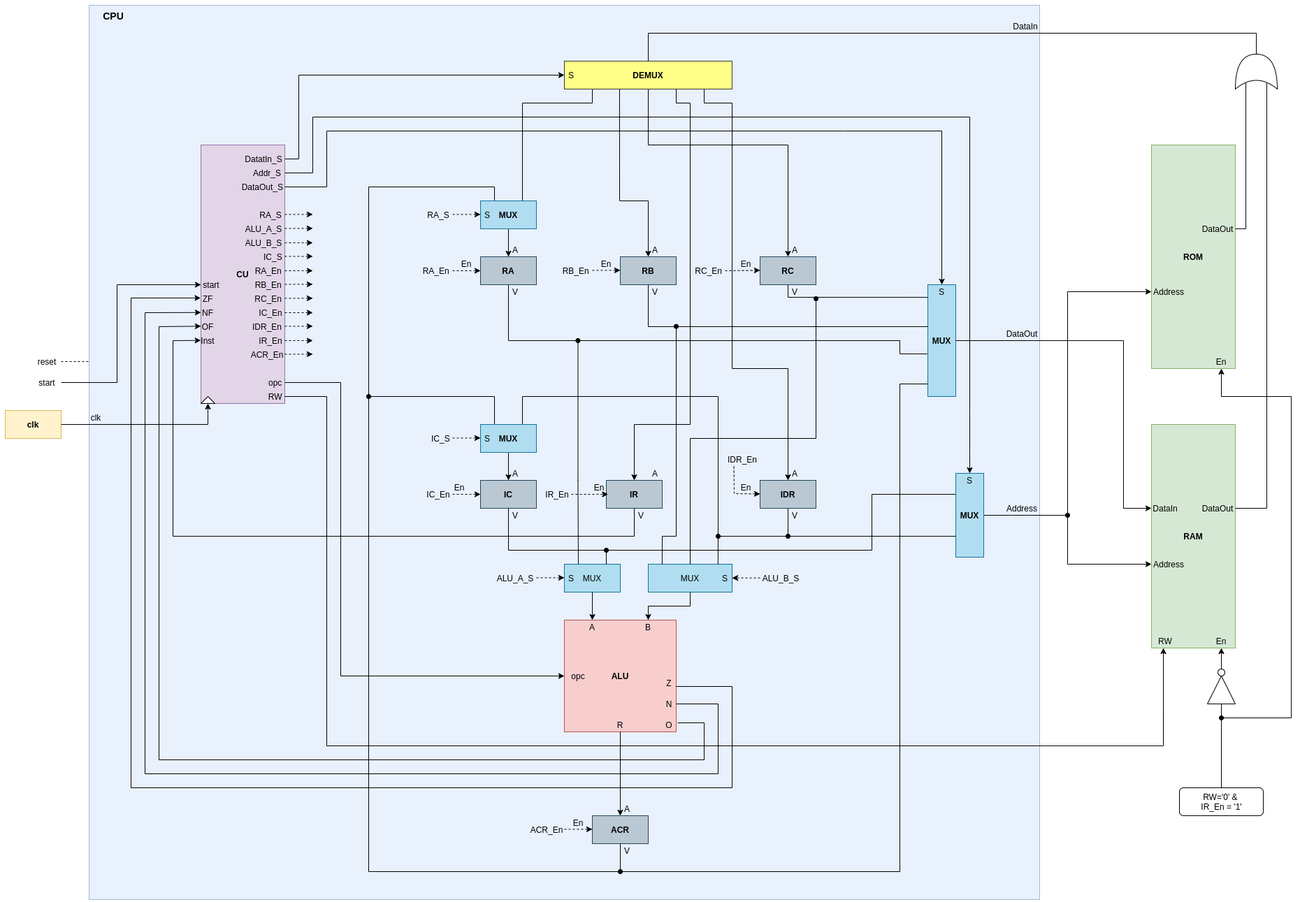
The draw.io diagram other/cpu.png in dma-neves/dcpu, before a commit. Source tidied: cells renumbered, new cells last; positions are measured from the earlier drawing's top-left corner, leaving out a move shared by most shapes.
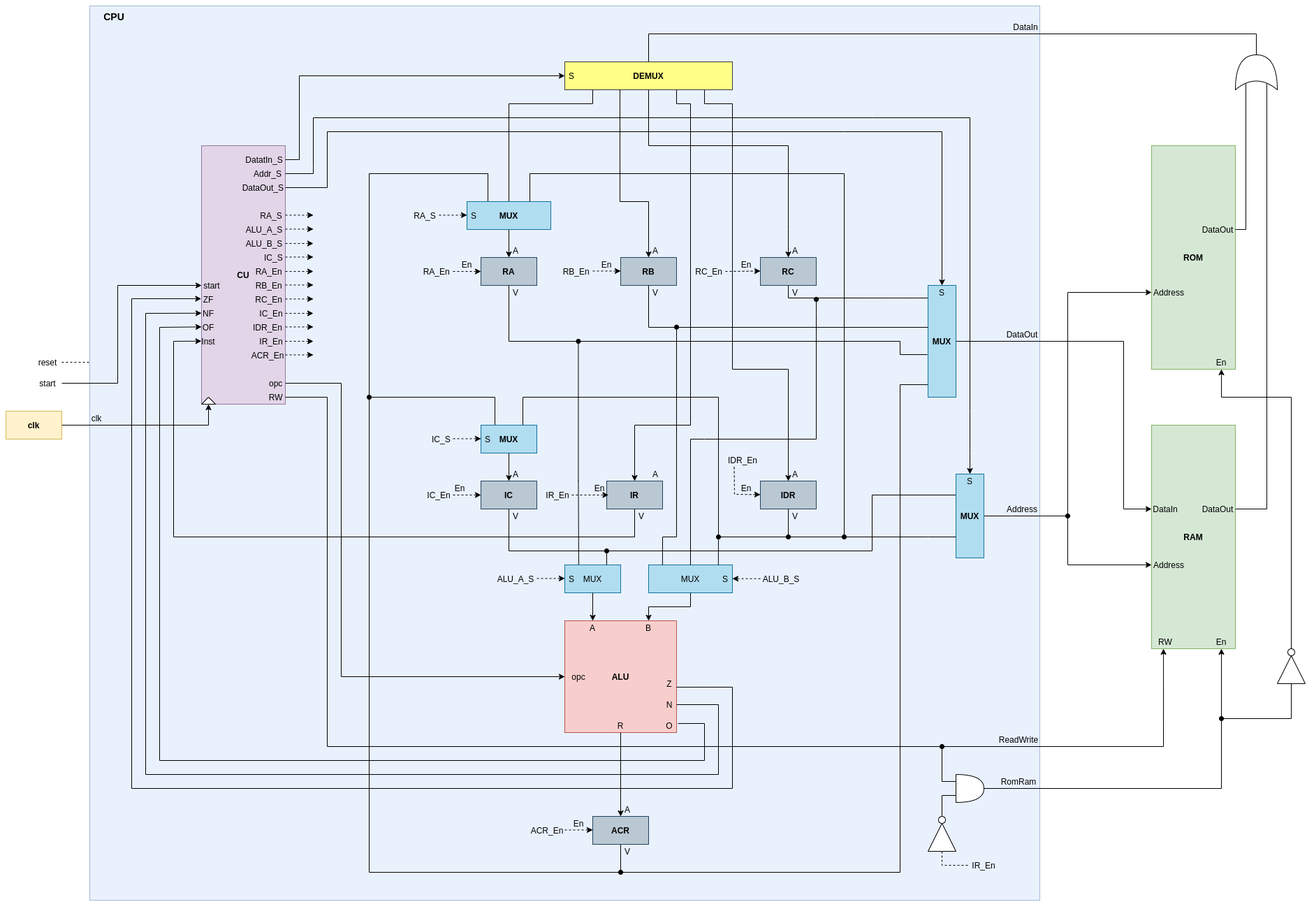
The same file after the commit.

The edit, as a diff of the source:
```diff
@@ -53,8 +53,8 @@
         <Array as="points">
           <mxPoint x="880" y="1240" />
           <mxPoint x="520" y="1240" />
-          <mxPoint x="520" y="260" />
-          <mxPoint x="700" y="260" />
+          <mxPoint x="520" y="240" />
+          <mxPoint x="690" y="240" />
         </Array>
       </mxGeometry>
     </mxCell>
@@ -288,11 +288,11 @@
         <mxPoint x="720" y="320" as="sourcePoint" />
       </mxGeometry>
     </mxCell>
-    <mxCell id="69" style="endArrow=none;html=1;rounded=0;exitX=0.75;exitY=0;exitDx=0;exitDy=0;" parent="1" edge="1" source="109">
+    <mxCell id="69" style="endArrow=none;html=1;rounded=0;exitX=0.5;exitY=0;exitDx=0;exitDy=0;" parent="1" edge="1" source="109">
       <mxGeometry relative="1" as="geometry">
         <mxPoint x="840" y="120" as="targetPoint" />
         <Array as="points">
-          <mxPoint x="740" y="140" />
+          <mxPoint x="720" y="140" />
           <mxPoint x="840" y="140" />
         </Array>
       </mxGeometry>
@@ -487,7 +487,7 @@
       <mxGeometry x="270" y="410" width="40" height="20" as="geometry" />
     </mxCell>
     <mxCell id="109" style="rounded=0;whiteSpace=wrap;html=1;fillColor=#b1ddf0;strokeColor=#10739e;" parent="1" vertex="1">
-      <mxGeometry x="680" y="280" width="80" height="40" as="geometry" />
+      <mxGeometry x="660" y="280" width="120" height="40" as="geometry" />
     </mxCell>
     <mxCell id="110" value="&lt;b&gt;MUX&lt;/b&gt;" style="text;html=1;strokeColor=none;fillColor=none;align=center;verticalAlign=middle;whiteSpace=wrap;rounded=0;" parent="1" vertex="1">
       <mxGeometry x="700" y="290" width="40" height="20" as="geometry" />
@@ -520,7 +520,7 @@
       <mxGeometry x="360" y="290" width="40" height="20" as="geometry" />
     </mxCell>
     <mxCell id="119" value="S" style="text;html=1;strokeColor=none;fillColor=none;align=center;verticalAlign=middle;whiteSpace=wrap;rounded=0;" parent="1" vertex="1">
-      <mxGeometry x="670" y="290" width="40" height="20" as="geometry" />
+      <mxGeometry x="650" y="290" width="40" height="20" as="geometry" />
     </mxCell>
     <mxCell id="120" value="S" style="text;html=1;strokeColor=none;fillColor=none;align=center;verticalAlign=middle;whiteSpace=wrap;rounded=0;" parent="1" vertex="1">
       <mxGeometry x="670" y="610" width="40" height="20" as="geometry" />
@@ -613,20 +613,10 @@
         </Array>
       </mxGeometry>
     </mxCell>
-    <mxCell id="140" style="endArrow=none;html=1;rounded=0;entryX=0;entryY=0.5;entryDx=0;entryDy=0;startArrow=oval;startFill=1;" parent="1" edge="1" target="141">
-      <mxGeometry relative="1" as="geometry">
-        <mxPoint x="1740" y="1020" as="sourcePoint" />
-      </mxGeometry>
-    </mxCell>
-    <mxCell id="141" style="triangle;whiteSpace=wrap;html=1;direction=north;" parent="1" vertex="1">
-      <mxGeometry x="1720" y="960" width="40" height="40" as="geometry" />
-    </mxCell>
-    <mxCell id="142" style="ellipse;whiteSpace=wrap;html=1;" parent="1" vertex="1">
-      <mxGeometry x="1735" y="950" width="10" height="10" as="geometry" />
-    </mxCell>
-    <mxCell id="143" style="endArrow=classic;html=1;exitX=0.5;exitY=0;exitDx=0;exitDy=0;entryX=0.5;entryY=1;entryDx=0;entryDy=0;rounded=0;" parent="1" edge="1" source="144" target="134">
+    <mxCell id="143" style="endArrow=classic;html=1;entryX=0.5;entryY=1;entryDx=0;entryDy=0;rounded=0;exitX=1;exitY=0.5;exitDx=0;exitDy=0;exitPerimeter=0;" parent="1" edge="1" source="199" target="134">
       <mxGeometry relative="1" as="geometry">
         <Array as="points">
+          <mxPoint x="1740" y="1120" />
           <mxPoint x="1740" y="1020" />
           <mxPoint x="1840" y="1020" />
           <mxPoint x="1840" y="560" />
@@ -634,14 +624,10 @@
         </Array>
       </mxGeometry>
     </mxCell>
-    <mxCell id="144" style="rounded=1;whiteSpace=wrap;html=1;" parent="1" vertex="1">
-      <mxGeometry x="1680" y="1120" width="120" height="40" as="geometry" />
-    </mxCell>
-    <mxCell id="145" value="RW='0' &amp;amp;&amp;nbsp; IR_En = '1'" style="text;html=1;strokeColor=none;fillColor=none;align=center;verticalAlign=middle;whiteSpace=wrap;rounded=0;" parent="1" vertex="1">
-      <mxGeometry x="1697.5" y="1130" width="85" height="20" as="geometry" />
-    </mxCell>
-    <mxCell id="146" style="endArrow=classic;html=1;exitX=0.5;exitY=0;exitDx=0;exitDy=0;entryX=0.5;entryY=1;entryDx=0;entryDy=0;" parent="1" edge="1" source="142" target="135">
-      <mxGeometry relative="1" as="geometry" />
+    <mxCell id="146" style="endArrow=classic;html=1;entryX=0.5;entryY=1;entryDx=0;entryDy=0;startArrow=oval;startFill=1;" parent="1" edge="1" target="135">
+      <mxGeometry relative="1" as="geometry">
+        <mxPoint x="1740" y="1020" as="sourcePoint" />
+      </mxGeometry>
     </mxCell>
     <mxCell id="147" value="clk" style="text;html=1;strokeColor=none;fillColor=none;align=center;verticalAlign=middle;whiteSpace=wrap;rounded=0;" parent="1" vertex="1">
       <mxGeometry x="110" y="580" width="40" height="20" as="geometry" />
@@ -776,12 +762,12 @@
       </mxGeometry>
     </mxCell>
     <mxCell id="173" value="RA_S" style="text;html=1;strokeColor=none;fillColor=none;align=center;verticalAlign=middle;whiteSpace=wrap;rounded=0;" parent="1" vertex="1">
-      <mxGeometry x="600" y="290" width="40" height="20" as="geometry" />
+      <mxGeometry x="580" y="290" width="40" height="20" as="geometry" />
     </mxCell>
     <mxCell id="174" style="endArrow=classic;dashed=1;html=1;strokeColor=#000000;endFill=1;" parent="1" edge="1">
       <mxGeometry relative="1" as="geometry">
-        <mxPoint x="640" y="299.4" as="sourcePoint" />
-        <mxPoint x="680" y="299.4" as="targetPoint" />
+        <mxPoint x="620" y="299.4" as="sourcePoint" />
+        <mxPoint x="660" y="299.4" as="targetPoint" />
       </mxGeometry>
     </mxCell>
     <mxCell id="175" value="ALU_A_S" style="text;html=1;strokeColor=none;fillColor=none;align=center;verticalAlign=middle;whiteSpace=wrap;rounded=0;" parent="1" vertex="1">
@@ -888,5 +874,61 @@
         </Array>
       </mxGeometry>
     </mxCell>
+    <mxCell id="197" value="ReadWrite" style="text;html=1;strokeColor=none;fillColor=none;align=center;verticalAlign=middle;whiteSpace=wrap;rounded=0;" parent="1" vertex="1">
+      <mxGeometry x="1430" y="1040" width="40" height="20" as="geometry" />
+    </mxCell>
+    <mxCell id="198" value="RomRam" style="text;html=1;strokeColor=none;fillColor=none;align=center;verticalAlign=middle;whiteSpace=wrap;rounded=0;" parent="1" vertex="1">
+      <mxGeometry x="1430" y="1100" width="40" height="20" as="geometry" />
+    </mxCell>
+    <mxCell id="199" style="shape=or;whiteSpace=wrap;html=1;" parent="1" vertex="1">
+      <mxGeometry x="1360" y="1100" width="40" height="40" as="geometry" />
+    </mxCell>
+    <mxCell id="200" style="triangle;whiteSpace=wrap;html=1;direction=north;" parent="1" vertex="1">
+      <mxGeometry x="1820" y="930" width="40" height="40" as="geometry" />
+    </mxCell>
+    <mxCell id="201" style="ellipse;whiteSpace=wrap;html=1;" parent="1" vertex="1">
+      <mxGeometry x="1835" y="920" width="10" height="10" as="geometry" />
+    </mxCell>
+    <mxCell id="202" style="endArrow=none;html=1;entryX=0;entryY=0.25;entryDx=0;entryDy=0;entryPerimeter=0;rounded=0;startArrow=oval;startFill=1;" parent="1" edge="1" target="199">
+      <mxGeometry relative="1" as="geometry">
+        <mxPoint x="1340" y="1060" as="sourcePoint" />
+        <Array as="points">
+          <mxPoint x="1340" y="1110" />
+        </Array>
+      </mxGeometry>
+    </mxCell>
+    <mxCell id="203" style="triangle;whiteSpace=wrap;html=1;direction=north;" parent="1" vertex="1">
+      <mxGeometry x="1320" y="1170" width="40" height="40" as="geometry" />
+    </mxCell>
+    <mxCell id="204" style="ellipse;whiteSpace=wrap;html=1;" parent="1" vertex="1">
+      <mxGeometry x="1335" y="1160" width="10" height="10" as="geometry" />
+    </mxCell>
+    <mxCell id="205" style="endArrow=none;html=1;exitX=0.5;exitY=0;exitDx=0;exitDy=0;entryX=0;entryY=0.75;entryDx=0;entryDy=0;entryPerimeter=0;rounded=0;" parent="1" edge="1" source="204" target="199">
+      <mxGeometry relative="1" as="geometry">
+        <Array as="points">
+          <mxPoint x="1340" y="1130" />
+        </Array>
+      </mxGeometry>
+    </mxCell>
+    <mxCell id="206" style="endArrow=none;dashed=1;html=1;exitX=0;exitY=0.5;exitDx=0;exitDy=0;rounded=0;" parent="1" edge="1" source="203">
+      <mxGeometry relative="1" as="geometry">
+        <mxPoint x="1380" y="1230" as="targetPoint" />
+        <Array as="points">
+          <mxPoint x="1340" y="1230" />
+        </Array>
+      </mxGeometry>
+    </mxCell>
+    <mxCell id="207" value="IR_En" style="text;html=1;strokeColor=none;fillColor=none;align=center;verticalAlign=middle;whiteSpace=wrap;rounded=0;" parent="1" vertex="1">
+      <mxGeometry x="1380" y="1220" width="40" height="20" as="geometry" />
+    </mxCell>
+    <mxCell id="208" style="endArrow=oval;html=1;exitX=0.75;exitY=0;exitDx=0;exitDy=0;rounded=0;endFill=1;" parent="1" edge="1" source="109">
+      <mxGeometry relative="1" as="geometry">
+        <mxPoint x="1200" y="760" as="targetPoint" />
+        <Array as="points">
+          <mxPoint x="750" y="240" />
+          <mxPoint x="1200" y="240" />
+        </Array>
+      </mxGeometry>
+    </mxCell>
   </root>
 </mxGraphModel>
```
